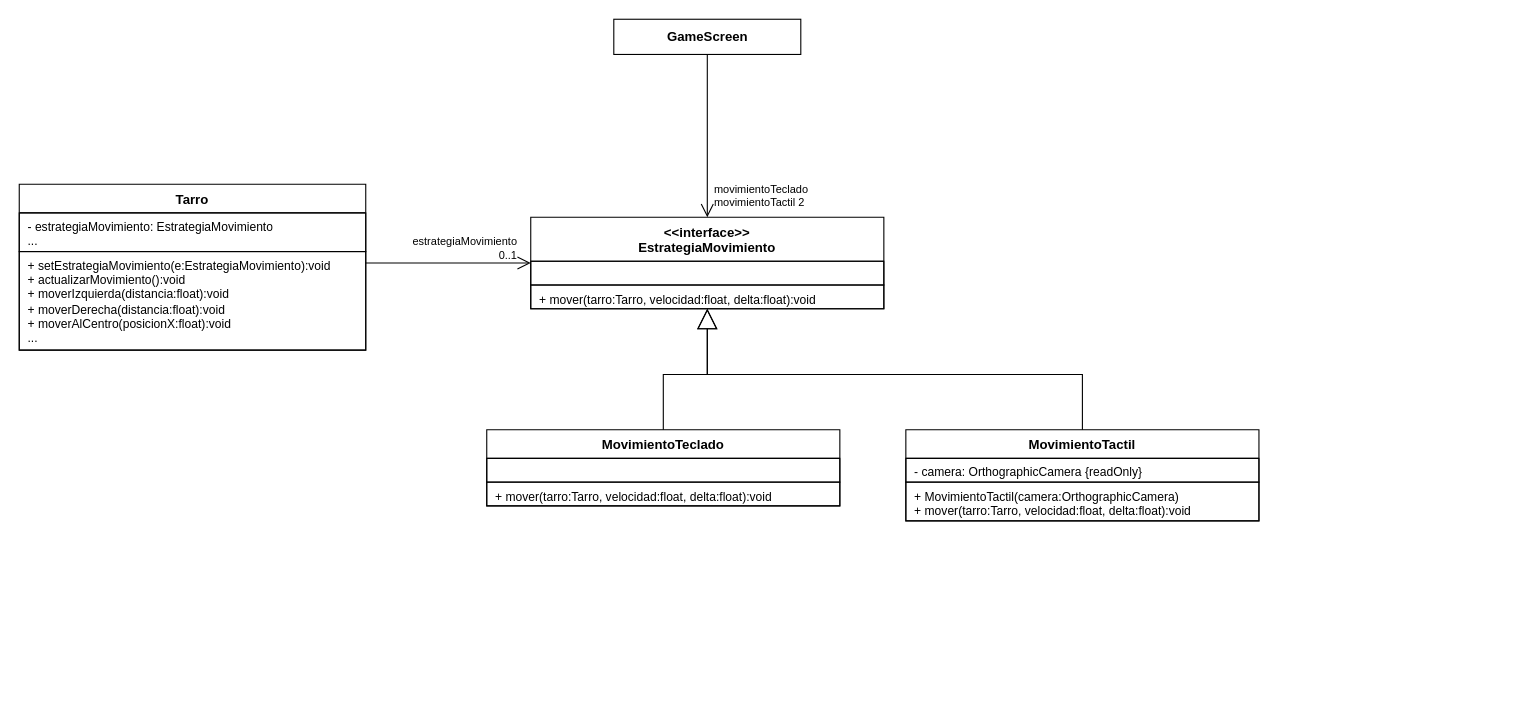
This is docs/uml-gm7-strategy.drawio from The-Nick-J/GM-Lluvia, a draw.io file, before an edit. Source tidied: cells renumbered, new cells numbered last; positions are measured from the earlier drawing's top-left corner, leaving out a move shared by most shapes. Both pictures are drawn from the tidied source at 110%, with x=0, y=0 at pixel (19, 19).
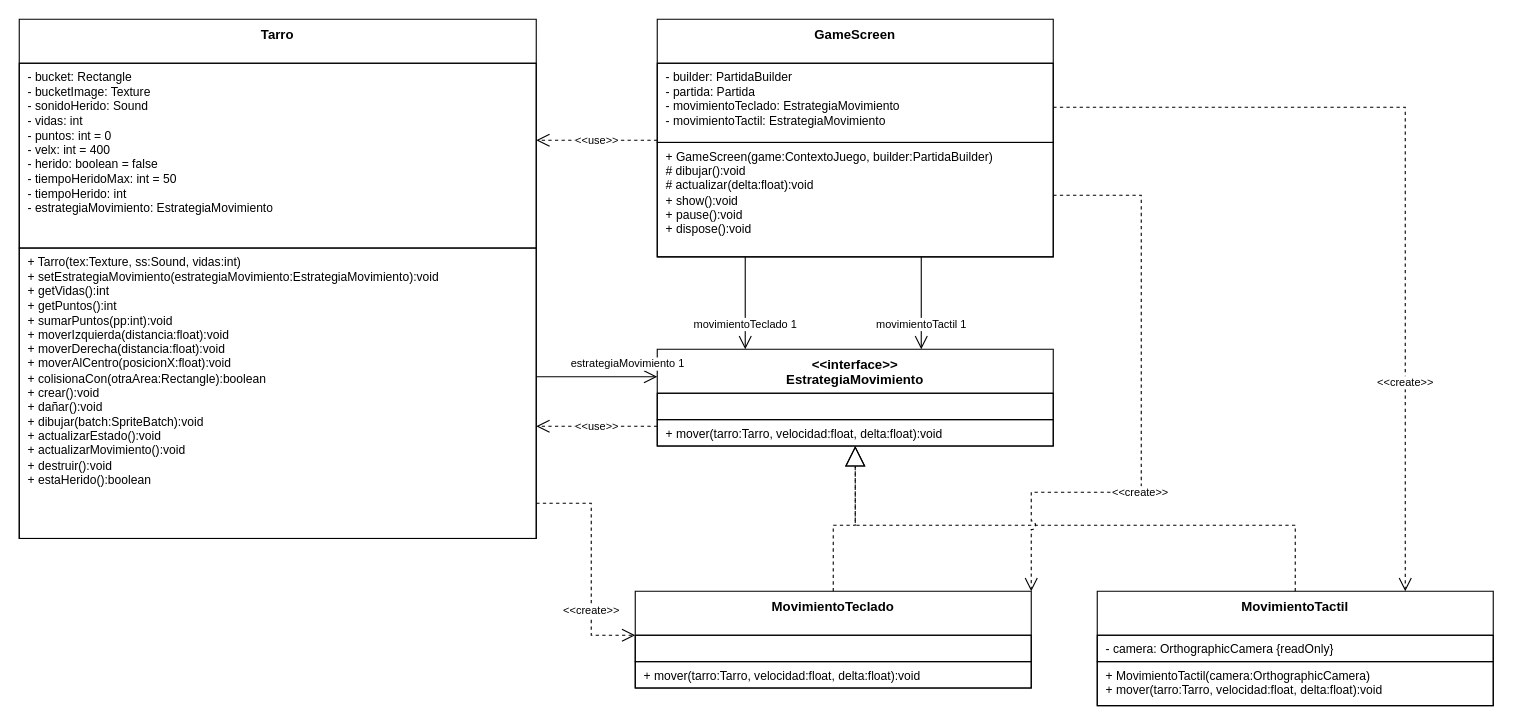
The same page after the edit.

Change to the diagram source:
```diff
@@
-    <mxCell id="2" value="&lt;b&gt;Tarro&lt;/b&gt;" style="swimlane;fontStyle=0;html=1;align=center;verticalAlign=top;horizontal=1;startSize=26;whiteSpace=wrap;fillColor=#ffffff;swimlaneFillColor=#ffffff;strokeColor=#000000;fontSize=12;fontFamily=Arial;fontColor=#000000;" parent="1" vertex="1">
-      <mxGeometry y="150" width="315" height="150.8" as="geometry" />
+    <mxCell id="2" value="&lt;b&gt;Tarro&lt;/b&gt;" style="swimlane;fontStyle=0;html=1;align=center;verticalAlign=top;horizontal=1;startSize=40;whiteSpace=wrap;fillColor=#ffffff;swimlaneFillColor=#ffffff;strokeColor=#000000;fontSize=12;fontFamily=Arial;fontColor=#000000;" parent="1" vertex="1">
+      <mxGeometry width="470" height="472" as="geometry" />
     </mxCell>
-    <mxCell id="3" value="- estrategiaMovimiento: EstrategiaMovimiento&lt;br&gt;..." style="text;html=1;fillColor=none;align=left;verticalAlign=top;spacingLeft=6;spacingRight=4;overflow=hidden;whiteSpace=wrap;fontSize=11;fontFamily=Arial;fontColor=#000000;strokeColor=#000000;" parent="2" vertex="1">
-      <mxGeometry y="26" width="315" height="35.2" as="geometry" />
-    </mxCell>
-    <mxCell id="4" value="+ setEstrategiaMovimiento(e:EstrategiaMovimiento):void&lt;br&gt;+ actualizarMovimiento():void&lt;br&gt;+ moverIzquierda(distancia:float):void&lt;br&gt;+ moverDerecha(distancia:float):void&lt;br&gt;+ moverAlCentro(posicionX:float):void&lt;br&gt;..." style="text;html=1;fillColor=none;align=left;verticalAlign=top;spacingLeft=6;spacingRight=4;overflow=hidden;whiteSpace=wrap;fontSize=11;fontFamily=Arial;fontColor=#000000;strokeColor=#000000;" parent="2" vertex="1">
-      <mxGeometry y="61.2" width="315" height="89.6" as="geometry" />
-    </mxCell>
+    <mxCell id="21" value="- bucket: Rectangle&lt;br&gt;- bucketImage: Texture&lt;br&gt;- sonidoHerido: Sound&lt;br&gt;- vidas: int&lt;br&gt;- puntos: int = 0&lt;br&gt;- velx: int = 400&lt;br&gt;- herido: boolean = false&lt;br&gt;- tiempoHeridoMax: int = 50&lt;br&gt;- tiempoHerido: int&lt;br&gt;- estrategiaMovimiento: EstrategiaMovimiento" style="text;html=1;fillColor=none;align=left;verticalAlign=top;spacingLeft=6;spacingRight=4;overflow=hidden;whiteSpace=wrap;fontSize=11;strokeColor=#000000;fontFamily=Arial;fontColor=#000000;" parent="2" vertex="1">
+      <mxGeometry y="40" width="470" height="168" as="geometry" />
+    </mxCell>
+    <mxCell id="22" value="+ Tarro(tex:Texture, ss:Sound, vidas:int)&lt;br&gt;+ setEstrategiaMovimiento(estrategiaMovimiento:EstrategiaMovimiento):void&lt;br&gt;+ getVidas():int&lt;br&gt;+ getPuntos():int&lt;br&gt;+ sumarPuntos(pp:int):void&lt;br&gt;+ moverIzquierda(distancia:float):void&lt;br&gt;+ moverDerecha(distancia:float):void&lt;br&gt;+ moverAlCentro(posicionX:float):void&lt;br&gt;+ colisionaCon(otraArea:Rectangle):boolean&lt;br&gt;+ crear():void&lt;br&gt;+ dañar():void&lt;br&gt;+ dibujar(batch:SpriteBatch):void&lt;br&gt;+ actualizarEstado():void&lt;br&gt;+ actualizarMovimiento():void&lt;br&gt;+ destruir():void&lt;br&gt;+ estaHerido():boolean" style="text;html=1;fillColor=none;align=left;verticalAlign=top;spacingLeft=6;spacingRight=4;overflow=hidden;whiteSpace=wrap;fontSize=11;strokeColor=#000000;fontFamily=Arial;fontColor=#000000;" parent="2" vertex="1">
+      <mxGeometry y="208" width="470" height="264" as="geometry" />
+    </mxCell>
+    <mxCell id="8" value="&lt;b&gt;GameScreen&lt;/b&gt;" style="swimlane;fontStyle=0;html=1;align=center;verticalAlign=top;horizontal=1;startSize=40;whiteSpace=wrap;fillColor=#ffffff;swimlaneFillColor=#ffffff;strokeColor=#000000;fontSize=12;fontFamily=Arial;fontColor=#000000;" parent="1" vertex="1">
+      <mxGeometry x="580" width="360" height="216" as="geometry" />
+    </mxCell>
+    <mxCell id="23" value="- builder: PartidaBuilder&lt;br&gt;- partida: Partida&lt;br&gt;- movimientoTeclado: EstrategiaMovimiento&lt;br&gt;- movimientoTactil: EstrategiaMovimiento" style="text;html=1;fillColor=none;align=left;verticalAlign=top;spacingLeft=6;spacingRight=4;overflow=hidden;whiteSpace=wrap;fontSize=11;strokeColor=#000000;fontFamily=Arial;fontColor=#000000;" parent="8" vertex="1">
+      <mxGeometry y="40" width="360" height="72" as="geometry" />
+    </mxCell>
+    <mxCell id="24" value="+ GameScreen(game:ContextoJuego, builder:PartidaBuilder)&lt;br&gt;# dibujar():void&lt;br&gt;# actualizar(delta:float):void&lt;br&gt;+ show():void&lt;br&gt;+ pause():void&lt;br&gt;+ dispose():void" style="text;html=1;fillColor=none;align=left;verticalAlign=top;spacingLeft=6;spacingRight=4;overflow=hidden;whiteSpace=wrap;fontSize=11;strokeColor=#000000;fontFamily=Arial;fontColor=#000000;" parent="8" vertex="1">
+      <mxGeometry y="112" width="360" height="104" as="geometry" />
+    </mxCell>
     <mxCell id="5" value="&lt;b&gt;&amp;lt;&amp;lt;interface&amp;gt;&amp;gt;&lt;br&gt;EstrategiaMovimiento&lt;/b&gt;" style="swimlane;fontStyle=0;html=1;align=center;verticalAlign=top;horizontal=1;startSize=40;whiteSpace=wrap;fillColor=#ffffff;swimlaneFillColor=#ffffff;strokeColor=#000000;fontSize=12;fontFamily=Arial;fontColor=#000000;" parent="1" vertex="1">
-      <mxGeometry x="465" y="180" width="321" height="83.2" as="geometry" />
+      <mxGeometry x="580" y="300" width="360" height="88" as="geometry" />
     </mxCell>
-    <mxCell id="6" value="&amp;nbsp;" style="text;html=1;fillColor=none;align=left;verticalAlign=top;spacingLeft=6;spacingRight=4;overflow=hidden;whiteSpace=wrap;fontSize=11;fontFamily=Arial;fontColor=#000000;strokeColor=#000000;" parent="5" vertex="1">
-      <mxGeometry y="40" width="321" height="21.6" as="geometry" />
-    </mxCell>
-    <mxCell id="7" value="+ mover(tarro:Tarro, velocidad:float, delta:float):void" style="text;html=1;fillColor=none;align=left;verticalAlign=top;spacingLeft=6;spacingRight=4;overflow=hidden;whiteSpace=wrap;fontSize=11;fontFamily=Arial;fontColor=#000000;strokeColor=#000000;" parent="5" vertex="1">
-      <mxGeometry y="61.6" width="321" height="21.6" as="geometry" />
-    </mxCell>
-    <mxCell id="8" value="&lt;b&gt;GameScreen&lt;/b&gt;" style="rounded=0;whiteSpace=wrap;html=1;fillColor=#ffffff;strokeColor=#000000;fontSize=12;fontFamily=Arial;fontColor=#000000;" parent="1" vertex="1">
-      <mxGeometry x="540.5" width="170" height="32" as="geometry" />
-    </mxCell>
+    <mxCell id="25" value="&amp;nbsp;" style="text;html=1;fillColor=none;align=left;verticalAlign=top;spacingLeft=6;spacingRight=4;overflow=hidden;whiteSpace=wrap;fontSize=11;strokeColor=#000000;fontFamily=Arial;fontColor=#000000;" parent="5" vertex="1">
+      <mxGeometry y="40" width="360" height="24" as="geometry" />
+    </mxCell>
+    <mxCell id="26" value="+ mover(tarro:Tarro, velocidad:float, delta:float):void" style="text;html=1;fillColor=none;align=left;verticalAlign=top;spacingLeft=6;spacingRight=4;overflow=hidden;whiteSpace=wrap;fontSize=11;strokeColor=#000000;fontFamily=Arial;fontColor=#000000;" parent="5" vertex="1">
+      <mxGeometry y="64" width="360" height="24" as="geometry" />
+    </mxCell>
-    <mxCell id="9" value="&lt;b&gt;MovimientoTeclado&lt;/b&gt;" style="swimlane;fontStyle=0;html=1;align=center;verticalAlign=top;horizontal=1;startSize=26;whiteSpace=wrap;fillColor=#ffffff;swimlaneFillColor=#ffffff;strokeColor=#000000;fontSize=12;fontFamily=Arial;fontColor=#000000;" parent="1" vertex="1">
-      <mxGeometry x="425" y="373.2" width="321" height="69.2" as="geometry" />
+    <mxCell id="9" value="&lt;b&gt;MovimientoTeclado&lt;/b&gt;" style="swimlane;fontStyle=0;html=1;align=center;verticalAlign=top;horizontal=1;startSize=40;whiteSpace=wrap;fillColor=#ffffff;swimlaneFillColor=#ffffff;strokeColor=#000000;fontSize=12;fontFamily=Arial;fontColor=#000000;" parent="1" vertex="1">
+      <mxGeometry x="560" y="520" width="360" height="88" as="geometry" />
     </mxCell>
-    <mxCell id="10" value="&amp;nbsp;" style="text;html=1;fillColor=none;align=left;verticalAlign=top;spacingLeft=6;spacingRight=4;overflow=hidden;whiteSpace=wrap;fontSize=11;fontFamily=Arial;fontColor=#000000;strokeColor=#000000;" parent="9" vertex="1">
-      <mxGeometry y="26" width="321" height="21.6" as="geometry" />
-    </mxCell>
-    <mxCell id="11" value="+ mover(tarro:Tarro, velocidad:float, delta:float):void" style="text;html=1;fillColor=none;align=left;verticalAlign=top;spacingLeft=6;spacingRight=4;overflow=hidden;whiteSpace=wrap;fontSize=11;fontFamily=Arial;fontColor=#000000;strokeColor=#000000;" parent="9" vertex="1">
-      <mxGeometry y="47.6" width="321" height="21.6" as="geometry" />
-    </mxCell>
+    <mxCell id="27" value="&amp;nbsp;" style="text;html=1;fillColor=none;align=left;verticalAlign=top;spacingLeft=6;spacingRight=4;overflow=hidden;whiteSpace=wrap;fontSize=11;strokeColor=#000000;fontFamily=Arial;fontColor=#000000;" parent="9" vertex="1">
+      <mxGeometry y="40" width="360" height="24" as="geometry" />
+    </mxCell>
+    <mxCell id="28" value="+ mover(tarro:Tarro, velocidad:float, delta:float):void" style="text;html=1;fillColor=none;align=left;verticalAlign=top;spacingLeft=6;spacingRight=4;overflow=hidden;whiteSpace=wrap;fontSize=11;strokeColor=#000000;fontFamily=Arial;fontColor=#000000;" parent="9" vertex="1">
+      <mxGeometry y="64" width="360" height="24" as="geometry" />
+    </mxCell>
-    <mxCell id="12" value="&lt;b&gt;MovimientoTactil&lt;/b&gt;" style="swimlane;fontStyle=0;html=1;align=center;verticalAlign=top;horizontal=1;startSize=26;whiteSpace=wrap;fillColor=#ffffff;swimlaneFillColor=#ffffff;strokeColor=#000000;fontSize=12;fontFamily=Arial;fontColor=#000000;" parent="1" vertex="1">
-      <mxGeometry x="806" y="373.2" width="321" height="82.8" as="geometry" />
+    <mxCell id="12" value="&lt;b&gt;MovimientoTactil&lt;/b&gt;" style="swimlane;fontStyle=0;html=1;align=center;verticalAlign=top;horizontal=1;startSize=40;whiteSpace=wrap;fillColor=#ffffff;swimlaneFillColor=#ffffff;strokeColor=#000000;fontSize=12;fontFamily=Arial;fontColor=#000000;" parent="1" vertex="1">
+      <mxGeometry x="980" y="520" width="360" height="104" as="geometry" />
     </mxCell>
-    <mxCell id="13" value="- camera: OrthographicCamera {readOnly}" style="text;html=1;fillColor=none;align=left;verticalAlign=top;spacingLeft=6;spacingRight=4;overflow=hidden;whiteSpace=wrap;fontSize=11;fontFamily=Arial;fontColor=#000000;strokeColor=#000000;" parent="12" vertex="1">
-      <mxGeometry y="26" width="321" height="21.6" as="geometry" />
+    <mxCell id="13" value="- camera: OrthographicCamera {readOnly}" style="text;html=1;fillColor=none;align=left;verticalAlign=top;spacingLeft=6;spacingRight=4;overflow=hidden;whiteSpace=wrap;fontSize=11;strokeColor=#000000;fontFamily=Arial;fontColor=#000000;" parent="12" vertex="1">
+      <mxGeometry y="40" width="360" height="24" as="geometry" />
     </mxCell>
-    <mxCell id="14" value="+ MovimientoTactil(camera:OrthographicCamera)&lt;br&gt;+ mover(tarro:Tarro, velocidad:float, delta:float):void" style="text;html=1;fillColor=none;align=left;verticalAlign=top;spacingLeft=6;spacingRight=4;overflow=hidden;whiteSpace=wrap;fontSize=11;fontFamily=Arial;fontColor=#000000;strokeColor=#000000;" parent="12" vertex="1">
-      <mxGeometry y="47.6" width="321" height="35.2" as="geometry" />
+    <mxCell id="14" value="+ MovimientoTactil(camera:OrthographicCamera)&lt;br&gt;+ mover(tarro:Tarro, velocidad:float, delta:float):void" style="text;html=1;fillColor=none;align=left;verticalAlign=top;spacingLeft=6;spacingRight=4;overflow=hidden;whiteSpace=wrap;fontSize=11;strokeColor=#000000;fontFamily=Arial;fontColor=#000000;" parent="12" vertex="1">
+      <mxGeometry y="64" width="360" height="40" as="geometry" />
     </mxCell>
-    <mxCell id="15" style="edgeStyle=orthogonalEdgeStyle;rounded=0;html=1;fontSize=10;jumpStyle=arc;jumpSize=8;strokeColor=#000000;labelBackgroundColor=#ffffff;fontFamily=Arial;fontColor=#000000;endArrow=open;endFill=0;endSize=10;exitX=1;exitY=0.4748;exitDx=0;exitDy=0;entryX=0;entryY=0.5;entryDx=0;entryDy=0;" parent="1" edge="1" source="2" target="5">
-      <mxGeometry relative="1" as="geometry" />
-    </mxCell>
-    <mxCell id="16" value="estrategiaMovimiento&lt;br&gt;0..1" style="edgeLabel;html=1;labelPosition=left;align=right;verticalLabelPosition=top;verticalAlign=bottom;fontSize=10;labelBackgroundColor=#ffffff;fontFamily=Arial;fontColor=#000000;" parent="15" vertex="1">
-      <mxGeometry x="1" relative="1" as="geometry">
-        <mxPoint x="-12" as="offset" />
-      </mxGeometry>
-    </mxCell>
-    <mxCell id="17" style="edgeStyle=orthogonalEdgeStyle;rounded=0;html=1;fontSize=10;jumpStyle=arc;jumpSize=8;strokeColor=#000000;labelBackgroundColor=#ffffff;fontFamily=Arial;fontColor=#000000;endArrow=open;endFill=0;endSize=10;exitX=0.5;exitY=1;exitDx=0;exitDy=0;entryX=0.5;entryY=0;entryDx=0;entryDy=0;" parent="1" edge="1" source="8" target="5">
-      <mxGeometry relative="1" as="geometry" />
-    </mxCell>
-    <mxCell id="18" value="movimientoTeclado&lt;br&gt;movimientoTactil  2" style="edgeLabel;html=1;labelPosition=right;align=left;verticalLabelPosition=top;verticalAlign=bottom;fontSize=10;labelBackgroundColor=#ffffff;fontFamily=Arial;fontColor=#000000;" parent="17" vertex="1">
-      <mxGeometry x="1" relative="1" as="geometry">
-        <mxPoint x="4" y="-6" as="offset" />
-      </mxGeometry>
-    </mxCell>
+    <mxCell id="29" value="movimientoTeclado 1" style="edgeStyle=orthogonalEdgeStyle;rounded=0;html=1;fontSize=10;jumpStyle=arc;jumpSize=8;strokeColor=#000000;labelBackgroundColor=#ffffff;fontFamily=Arial;fontColor=#000000;endArrow=open;endFill=0;endSize=10;exitX=0.2222;exitY=1;exitDx=0;exitDy=0;entryX=0.2222;entryY=0;entryDx=0;entryDy=0;" parent="1" edge="1" source="8" target="5">
+      <mxGeometry x="0.45" relative="1" as="geometry" />
+    </mxCell>
+    <mxCell id="30" value="movimientoTactil 1" style="edgeStyle=orthogonalEdgeStyle;rounded=0;html=1;fontSize=10;jumpStyle=arc;jumpSize=8;strokeColor=#000000;labelBackgroundColor=#ffffff;fontFamily=Arial;fontColor=#000000;endArrow=open;endFill=0;endSize=10;exitX=0.6667;exitY=1;exitDx=0;exitDy=0;entryX=0.6667;entryY=0;entryDx=0;entryDy=0;" parent="1" edge="1" source="8" target="5">
+      <mxGeometry x="0.45" relative="1" as="geometry" />
+    </mxCell>
+    <mxCell id="31" value="estrategiaMovimiento 1" style="edgeStyle=orthogonalEdgeStyle;rounded=0;html=1;fontSize=10;jumpStyle=arc;jumpSize=8;strokeColor=#000000;labelBackgroundColor=#ffffff;fontFamily=Arial;fontColor=#000000;endArrow=open;endFill=0;endSize=10;exitX=1;exitY=0.6886;exitDx=0;exitDy=0;entryX=0;entryY=0.2841;entryDx=0;entryDy=0;" parent="1" edge="1" source="2" target="5">
+      <mxGeometry x="0.5" relative="1" as="geometry">
+        <mxPoint y="-12" as="offset" />
+      </mxGeometry>
+    </mxCell>
+    <mxCell id="32" value="&amp;lt;&amp;lt;use&amp;gt;&amp;gt;" style="edgeStyle=orthogonalEdgeStyle;rounded=0;html=1;fontSize=10;jumpStyle=arc;jumpSize=8;strokeColor=#000000;labelBackgroundColor=#ffffff;fontFamily=Arial;fontColor=#000000;endArrow=open;endFill=0;endSize=10;dashed=1;exitX=0;exitY=0.7955;exitDx=0;exitDy=0;entryX=1;entryY=0.7839;entryDx=0;entryDy=0;" parent="1" edge="1" source="5" target="2">
+      <mxGeometry relative="1" as="geometry" />
+    </mxCell>
+    <mxCell id="33" value="&amp;lt;&amp;lt;use&amp;gt;&amp;gt;" style="edgeStyle=orthogonalEdgeStyle;rounded=0;html=1;fontSize=10;jumpStyle=arc;jumpSize=8;strokeColor=#000000;labelBackgroundColor=#ffffff;fontFamily=Arial;fontColor=#000000;endArrow=open;endFill=0;endSize=10;dashed=1;exitX=0;exitY=0.5093;exitDx=0;exitDy=0;entryX=1;entryY=0.2331;entryDx=0;entryDy=0;" parent="1" edge="1" source="8" target="2">
+      <mxGeometry relative="1" as="geometry" />
+    </mxCell>
-    <mxCell id="19" style="edgeStyle=orthogonalEdgeStyle;rounded=0;html=1;fontSize=10;jumpStyle=arc;jumpSize=8;strokeColor=#000000;labelBackgroundColor=#ffffff;fontFamily=Arial;fontColor=#000000;endArrow=block;endFill=0;endSize=16;exitX=0.5;exitY=0;exitDx=0;exitDy=0;entryX=0.5;entryY=1;entryDx=0;entryDy=0;" parent="1" edge="1" source="9" target="5">
+    <mxCell id="19" style="edgeStyle=orthogonalEdgeStyle;rounded=0;html=1;fontSize=10;jumpStyle=arc;jumpSize=8;strokeColor=#000000;labelBackgroundColor=#ffffff;fontFamily=Arial;fontColor=#000000;endArrow=block;endFill=0;endSize=16;dashed=1;exitX=0.5;exitY=0;exitDx=0;exitDy=0;entryX=0.5;entryY=1;entryDx=0;entryDy=0;" parent="1" edge="1" source="9" target="5">
       <mxGeometry relative="1" as="geometry">
         <Array as="points">
-          <mxPoint x="586" y="323" />
-          <mxPoint x="626" y="323" />
+          <mxPoint x="740" y="460" />
+          <mxPoint x="760" y="460" />
         </Array>
       </mxGeometry>
     </mxCell>
-    <mxCell id="20" style="edgeStyle=orthogonalEdgeStyle;rounded=0;html=1;fontSize=10;jumpStyle=arc;jumpSize=8;strokeColor=#000000;labelBackgroundColor=#ffffff;fontFamily=Arial;fontColor=#000000;endArrow=block;endFill=0;endSize=16;exitX=0.5;exitY=0;exitDx=0;exitDy=0;entryX=0.5;entryY=1;entryDx=0;entryDy=0;" parent="1" edge="1" source="12" target="5">
+    <mxCell id="20" style="edgeStyle=orthogonalEdgeStyle;rounded=0;html=1;fontSize=10;jumpStyle=arc;jumpSize=8;strokeColor=#000000;labelBackgroundColor=#ffffff;fontFamily=Arial;fontColor=#000000;endArrow=block;endFill=0;endSize=16;dashed=1;exitX=0.5;exitY=0;exitDx=0;exitDy=0;entryX=0.5;entryY=1;entryDx=0;entryDy=0;" parent="1" edge="1" source="12" target="5">
       <mxGeometry relative="1" as="geometry">
         <Array as="points">
-          <mxPoint x="966" y="323" />
-          <mxPoint x="626" y="323" />
+          <mxPoint x="1160" y="460" />
+          <mxPoint x="760" y="460" />
         </Array>
       </mxGeometry>
     </mxCell>
+    <mxCell id="34" value="&amp;lt;&amp;lt;create&amp;gt;&amp;gt;" style="edgeStyle=orthogonalEdgeStyle;rounded=0;html=1;fontSize=10;jumpStyle=arc;jumpSize=8;strokeColor=#000000;labelBackgroundColor=#ffffff;fontFamily=Arial;fontColor=#000000;endArrow=open;endFill=0;endSize=10;dashed=1;exitX=1;exitY=0.3704;exitDx=0;exitDy=0;entryX=0.7778;entryY=0;entryDx=0;entryDy=0;" parent="1" edge="1" source="8" target="12">
+      <mxGeometry x="0.5" relative="1" as="geometry">
+        <Array as="points">
+          <mxPoint x="1260" y="80" />
+        </Array>
+      </mxGeometry>
+    </mxCell>
+    <mxCell id="35" value="&amp;lt;&amp;lt;create&amp;gt;&amp;gt;" style="edgeStyle=orthogonalEdgeStyle;rounded=0;html=1;fontSize=10;jumpStyle=arc;jumpSize=8;strokeColor=#000000;labelBackgroundColor=#ffffff;fontFamily=Arial;fontColor=#000000;endArrow=open;endFill=0;endSize=10;dashed=1;exitX=1;exitY=0.7407;exitDx=0;exitDy=0;entryX=1.0;entryY=0;entryDx=0;entryDy=0;" parent="1" edge="1" source="8" target="9">
+      <mxGeometry x="0.3" relative="1" as="geometry">
+        <Array as="points">
+          <mxPoint x="1020" y="160" />
+          <mxPoint x="1020" y="430" />
+          <mxPoint x="920" y="430" />
+        </Array>
+      </mxGeometry>
+    </mxCell>
+    <mxCell id="15" value="&amp;lt;&amp;lt;create&amp;gt;&amp;gt;" style="edgeStyle=orthogonalEdgeStyle;rounded=0;html=1;fontSize=10;jumpStyle=arc;jumpSize=8;strokeColor=#000000;labelBackgroundColor=#ffffff;fontFamily=Arial;fontColor=#000000;endArrow=open;endFill=0;endSize=10;dashed=1;exitX=1;exitY=0.9322;exitDx=0;exitDy=0;entryX=0;entryY=0.4545;entryDx=0;entryDy=0;" parent="1" edge="1" source="2" target="9">
+      <mxGeometry x="0.4" relative="1" as="geometry">
+        <Array as="points">
+          <mxPoint x="520" y="440" />
+          <mxPoint x="520" y="560" />
+        </Array>
+      </mxGeometry>
+    </mxCell>
```
